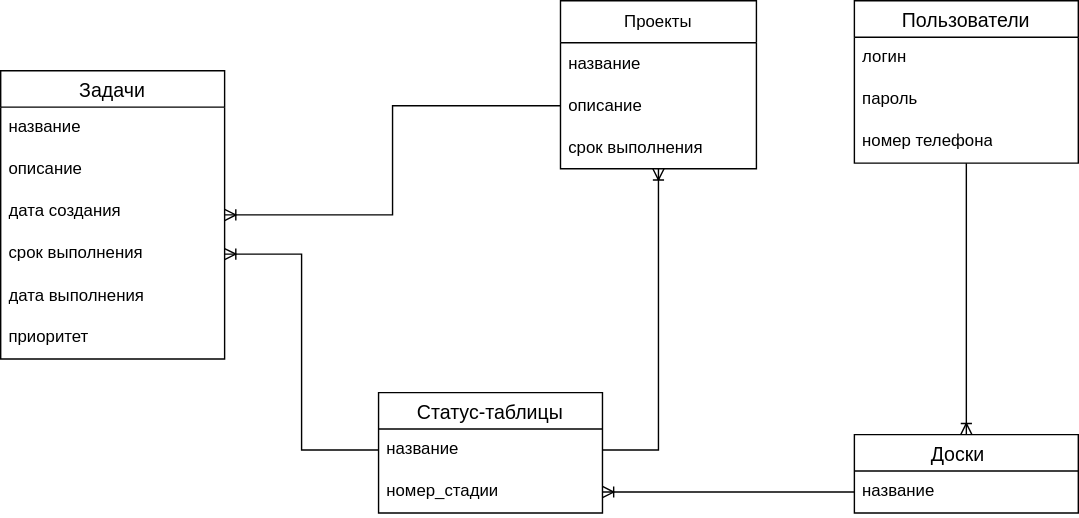
This is documentation/dataSchemas/ConceptualSchema.svg from Leerv474/PeachNote, a draw.io export, as it was before one commit. Source tidied: cells renumbered, new cells last; positions are measured from the earlier drawing's top-left corner, leaving out a move shared by most shapes. Its diagram source:
```xml
<mxGraphModel background="#ffffff">
  <root>
    <mxCell id="0" />
    <mxCell id="1" parent="0" />
    <mxCell id="2" value="Задачи" style="swimlane;fontStyle=0;horizontal=1;startSize=26;align=center;fontSize=14;" parent="1" vertex="1">
      <mxGeometry y="50" width="160" height="206" as="geometry" />
    </mxCell>
    <mxCell id="3" value="название&lt;span style=&quot;white-space: pre;&quot;&gt;&#9;&lt;/span&gt;" style="text;strokeColor=none;fillColor=none;spacingLeft=4;spacingRight=4;overflow=hidden;fontSize=12;whiteSpace=wrap;html=1;" parent="2" vertex="1">
      <mxGeometry y="26" width="160" height="30" as="geometry" />
    </mxCell>
    <mxCell id="4" value="описание&lt;span style=&quot;white-space: pre;&quot;&gt;&#9;&lt;/span&gt;" style="text;strokeColor=none;fillColor=none;spacingLeft=4;spacingRight=4;overflow=hidden;fontSize=12;whiteSpace=wrap;html=1;" parent="2" vertex="1">
      <mxGeometry y="56" width="160" height="30" as="geometry" />
    </mxCell>
    <mxCell id="5" value="дата создания" style="text;strokeColor=none;fillColor=none;spacingLeft=4;spacingRight=4;overflow=hidden;fontSize=12;whiteSpace=wrap;html=1;" parent="2" vertex="1">
      <mxGeometry y="86" width="160" height="30" as="geometry" />
    </mxCell>
    <mxCell id="6" value="срок выполнения" style="text;strokeColor=none;fillColor=none;spacingLeft=4;spacingRight=4;overflow=hidden;points=[[0,0.5],[1,0.5]];portConstraint=eastwest;fontSize=12;whiteSpace=wrap;html=1;" parent="2" vertex="1">
      <mxGeometry y="116" width="160" height="30" as="geometry" />
    </mxCell>
    <mxCell id="7" value="дата выполнения" style="text;strokeColor=none;fillColor=none;align=left;verticalAlign=middle;spacingLeft=4;spacingRight=4;overflow=hidden;whiteSpace=wrap;html=1;" parent="2" vertex="1">
      <mxGeometry y="146" width="160" height="30" as="geometry" />
    </mxCell>
    <mxCell id="8" value="приоритет" style="text;strokeColor=none;fillColor=none;spacingLeft=4;spacingRight=4;overflow=hidden;fontSize=12;whiteSpace=wrap;html=1;" parent="2" vertex="1">
      <mxGeometry y="176" width="160" height="30" as="geometry" />
    </mxCell>
    <mxCell id="9" value="Проекты" style="swimlane;fontStyle=0;horizontal=1;startSize=30;whiteSpace=wrap;html=1;" parent="1" vertex="1">
      <mxGeometry x="400" width="140" height="120" as="geometry" />
    </mxCell>
    <mxCell id="10" value="название" style="text;strokeColor=none;fillColor=none;align=left;verticalAlign=middle;spacingLeft=4;spacingRight=4;overflow=hidden;whiteSpace=wrap;html=1;" parent="9" vertex="1">
      <mxGeometry y="30" width="140" height="30" as="geometry" />
    </mxCell>
    <mxCell id="11" value="описание" style="text;strokeColor=none;fillColor=none;align=left;verticalAlign=middle;spacingLeft=4;spacingRight=4;overflow=hidden;points=[[0,0.5],[1,0.5]];portConstraint=eastwest;whiteSpace=wrap;html=1;" parent="9" vertex="1">
      <mxGeometry y="60" width="140" height="30" as="geometry" />
    </mxCell>
    <mxCell id="12" value="срок выполнения" style="text;strokeColor=none;fillColor=none;align=left;verticalAlign=middle;spacingLeft=4;spacingRight=4;overflow=hidden;whiteSpace=wrap;html=1;" parent="9" vertex="1">
      <mxGeometry y="90" width="140" height="30" as="geometry" />
    </mxCell>
    <mxCell id="13" value="Статус-таблицы" style="swimlane;fontStyle=0;horizontal=1;startSize=26;align=center;fontSize=14;" parent="1" vertex="1">
      <mxGeometry x="270" y="280" width="160" height="86" as="geometry" />
    </mxCell>
    <mxCell id="14" value="название" style="text;strokeColor=none;fillColor=none;spacingLeft=4;spacingRight=4;overflow=hidden;points=[[0,0.5],[1,0.5]];portConstraint=eastwest;fontSize=12;whiteSpace=wrap;html=1;" parent="13" vertex="1">
      <mxGeometry y="26" width="160" height="30" as="geometry" />
    </mxCell>
    <mxCell id="15" value="номер_стадии" style="text;strokeColor=none;fillColor=none;spacingLeft=4;spacingRight=4;overflow=hidden;points=[[0,0.5],[1,0.5]];portConstraint=eastwest;fontSize=12;whiteSpace=wrap;html=1;" parent="13" vertex="1">
      <mxGeometry y="56" width="160" height="30" as="geometry" />
    </mxCell>
    <mxCell id="16" value="Доски   " style="swimlane;fontStyle=0;horizontal=1;startSize=26;align=center;fontSize=14;" parent="1" vertex="1">
      <mxGeometry x="610" y="310" width="160" height="56" as="geometry" />
    </mxCell>
    <mxCell id="17" value="название " style="text;strokeColor=none;fillColor=none;spacingLeft=4;spacingRight=4;overflow=hidden;points=[[0,0.5],[1,0.5]];portConstraint=eastwest;fontSize=12;whiteSpace=wrap;html=1;" parent="16" vertex="1">
      <mxGeometry y="26" width="160" height="30" as="geometry" />
    </mxCell>
    <mxCell id="18" value="Пользователи" style="swimlane;fontStyle=0;horizontal=1;startSize=26;align=center;fontSize=14;" parent="1" vertex="1">
      <mxGeometry x="610" width="160" height="116" as="geometry" />
    </mxCell>
    <mxCell id="19" value="логин" style="text;strokeColor=none;fillColor=none;spacingLeft=4;spacingRight=4;overflow=hidden;fontSize=12;whiteSpace=wrap;html=1;" parent="18" vertex="1">
      <mxGeometry y="26" width="160" height="30" as="geometry" />
    </mxCell>
    <mxCell id="20" value="пароль" style="text;strokeColor=none;fillColor=none;spacingLeft=4;spacingRight=4;overflow=hidden;fontSize=12;whiteSpace=wrap;html=1;" parent="18" vertex="1">
      <mxGeometry y="56" width="160" height="30" as="geometry" />
    </mxCell>
    <mxCell id="21" value="номер телефона" style="text;strokeColor=none;fillColor=none;spacingLeft=4;spacingRight=4;overflow=hidden;fontSize=12;whiteSpace=wrap;html=1;" parent="18" vertex="1">
      <mxGeometry y="86" width="160" height="30" as="geometry" />
    </mxCell>
    <mxCell id="22" style="edgeStyle=orthogonalEdgeStyle;fontSize=12;html=1;endArrow=ERoneToMany;rounded=0;entryX=1;entryY=0.5;entryDx=0;entryDy=0;exitX=0;exitY=0.5;exitDx=0;exitDy=0;" parent="1" edge="1" source="11" target="2">
      <mxGeometry relative="1" as="geometry" />
    </mxCell>
    <mxCell id="23" style="edgeStyle=orthogonalEdgeStyle;fontSize=12;html=1;endArrow=ERoneToMany;rounded=0;entryX=1;entryY=0.5;entryDx=0;entryDy=0;exitX=0;exitY=0.5;exitDx=0;exitDy=0;" parent="1" edge="1" source="14" target="6">
      <mxGeometry relative="1" as="geometry" />
    </mxCell>
    <mxCell id="24" style="edgeStyle=orthogonalEdgeStyle;fontSize=12;html=1;endArrow=ERoneToMany;rounded=0;entryX=0.5;entryY=1;entryDx=0;entryDy=0;exitX=1;exitY=0.5;exitDx=0;exitDy=0;" parent="1" edge="1" source="14" target="9">
      <mxGeometry relative="1" as="geometry" />
    </mxCell>
    <mxCell id="25" style="edgeStyle=entityRelationEdgeStyle;fontSize=12;html=1;endArrow=ERoneToMany;rounded=0;exitX=0;exitY=0.5;exitDx=0;exitDy=0;entryX=1;entryY=0.5;entryDx=0;entryDy=0;" parent="1" edge="1" source="17" target="15">
      <mxGeometry relative="1" as="geometry" />
    </mxCell>
    <mxCell id="26" style="fontSize=12;html=1;endArrow=ERoneToMany;rounded=0;exitX=0.5;exitY=1;exitDx=0;exitDy=0;entryX=0.5;entryY=0;entryDx=0;entryDy=0;startArrow=none;startFill=0;" parent="1" edge="1" source="18" target="16">
      <mxGeometry relative="1" as="geometry" />
    </mxCell>
  </root>
</mxGraphModel>
```
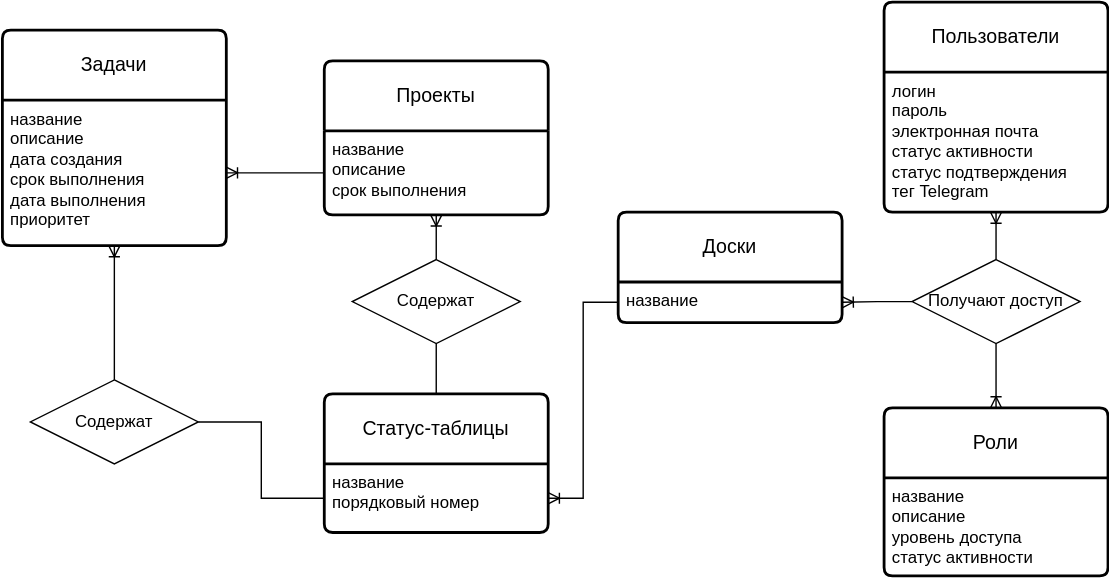
The same diagram one commit later.

The edit, as a diff of the source:
```diff
@@ -2,80 +2,77 @@
   <root>
     <mxCell id="0" />
     <mxCell id="1" parent="0" />
+    <mxCell id="22" style="edgeStyle=orthogonalEdgeStyle;fontSize=12;html=1;endArrow=ERoneToMany;rounded=0;entryX=1;entryY=0.5;entryDx=0;entryDy=0;exitX=0;exitY=0.5;exitDx=0;exitDy=0;" parent="1" edge="1" source="29" target="28">
+      <mxGeometry relative="1" as="geometry" />
+    </mxCell>
+    <mxCell id="25" style="edgeStyle=orthogonalEdgeStyle;fontSize=12;html=1;endArrow=ERoneToMany;rounded=0;exitX=0;exitY=0.5;exitDx=0;exitDy=0;entryX=1;entryY=0.5;entryDx=0;entryDy=0;" parent="1" edge="1" source="31" target="30">
+      <mxGeometry relative="1" as="geometry" />
+    </mxCell>
+    <mxCell id="27" style="edgeStyle=orthogonalEdgeStyle;fontSize=12;html=1;endArrow=ERoneToMany;rounded=0;entryX=1;entryY=0.5;entryDx=0;entryDy=0;exitX=0;exitY=0.5;exitDx=0;exitDy=0;" parent="1" edge="1" source="39" target="31">
+      <mxGeometry relative="1" as="geometry" />
+    </mxCell>
-    <mxCell id="2" value="Задачи" style="swimlane;fontStyle=0;horizontal=1;startSize=26;align=center;fontSize=14;" parent="1" vertex="1">
-      <mxGeometry y="50" width="160" height="206" as="geometry" />
+    <mxCell id="2" value="Задачи" style="swimlane;horizontal=1;startSize=50;rounded=1;fontSize=14;fontStyle=0;strokeWidth=2;shadow=0;dashed=0;align=center;arcSize=4;whiteSpace=wrap;html=1;" parent="1" vertex="1">
+      <mxGeometry x="-10" y="10" width="160" height="154" as="geometry" />
     </mxCell>
-    <mxCell id="3" value="название&lt;span style=&quot;white-space: pre;&quot;&gt;&#9;&lt;/span&gt;" style="text;strokeColor=none;fillColor=none;spacingLeft=4;spacingRight=4;overflow=hidden;fontSize=12;whiteSpace=wrap;html=1;" parent="2" vertex="1">
-      <mxGeometry y="26" width="160" height="30" as="geometry" />
-    </mxCell>
-    <mxCell id="4" value="описание&lt;span style=&quot;white-space: pre;&quot;&gt;&#9;&lt;/span&gt;" style="text;strokeColor=none;fillColor=none;spacingLeft=4;spacingRight=4;overflow=hidden;fontSize=12;whiteSpace=wrap;html=1;" parent="2" vertex="1">
-      <mxGeometry y="56" width="160" height="30" as="geometry" />
-    </mxCell>
-    <mxCell id="5" value="дата создания" style="text;strokeColor=none;fillColor=none;spacingLeft=4;spacingRight=4;overflow=hidden;fontSize=12;whiteSpace=wrap;html=1;" parent="2" vertex="1">
-      <mxGeometry y="86" width="160" height="30" as="geometry" />
-    </mxCell>
-    <mxCell id="6" value="срок выполнения" style="text;strokeColor=none;fillColor=none;spacingLeft=4;spacingRight=4;overflow=hidden;points=[[0,0.5],[1,0.5]];portConstraint=eastwest;fontSize=12;whiteSpace=wrap;html=1;" parent="2" vertex="1">
-      <mxGeometry y="116" width="160" height="30" as="geometry" />
-    </mxCell>
-    <mxCell id="7" value="дата выполнения" style="text;strokeColor=none;fillColor=none;align=left;verticalAlign=middle;spacingLeft=4;spacingRight=4;overflow=hidden;whiteSpace=wrap;html=1;" parent="2" vertex="1">
-      <mxGeometry y="146" width="160" height="30" as="geometry" />
-    </mxCell>
-    <mxCell id="8" value="приоритет" style="text;strokeColor=none;fillColor=none;spacingLeft=4;spacingRight=4;overflow=hidden;fontSize=12;whiteSpace=wrap;html=1;" parent="2" vertex="1">
-      <mxGeometry y="176" width="160" height="30" as="geometry" />
-    </mxCell>
+    <mxCell id="28" value="название&lt;div&gt;описание&lt;/div&gt;&lt;div&gt;дата создания&lt;/div&gt;&lt;div&gt;срок выполнения&lt;/div&gt;&lt;div&gt;дата выполнения&lt;/div&gt;&lt;div&gt;приоритет&lt;/div&gt;" style="align=left;strokeColor=none;fillColor=none;spacingLeft=4;fontSize=12;verticalAlign=top;html=1;" parent="2" vertex="1">
+      <mxGeometry y="50" width="160" height="104" as="geometry" />
+    </mxCell>
-    <mxCell id="9" value="Проекты" style="swimlane;fontStyle=0;horizontal=1;startSize=30;whiteSpace=wrap;html=1;" parent="1" vertex="1">
-      <mxGeometry x="400" width="140" height="120" as="geometry" />
+    <mxCell id="9" value="Проекты" style="swimlane;horizontal=1;startSize=50;rounded=1;fontSize=14;fontStyle=0;strokeWidth=2;shadow=0;dashed=0;align=center;arcSize=4;whiteSpace=wrap;html=1;" parent="1" vertex="1">
+      <mxGeometry x="220" y="32" width="160" height="110" as="geometry" />
     </mxCell>
-    <mxCell id="10" value="название" style="text;strokeColor=none;fillColor=none;align=left;verticalAlign=middle;spacingLeft=4;spacingRight=4;overflow=hidden;whiteSpace=wrap;html=1;" parent="9" vertex="1">
-      <mxGeometry y="30" width="140" height="30" as="geometry" />
-    </mxCell>
-    <mxCell id="11" value="описание" style="text;strokeColor=none;fillColor=none;align=left;verticalAlign=middle;spacingLeft=4;spacingRight=4;overflow=hidden;points=[[0,0.5],[1,0.5]];portConstraint=eastwest;whiteSpace=wrap;html=1;" parent="9" vertex="1">
-      <mxGeometry y="60" width="140" height="30" as="geometry" />
-    </mxCell>
-    <mxCell id="12" value="срок выполнения" style="text;strokeColor=none;fillColor=none;align=left;verticalAlign=middle;spacingLeft=4;spacingRight=4;overflow=hidden;whiteSpace=wrap;html=1;" parent="9" vertex="1">
-      <mxGeometry y="90" width="140" height="30" as="geometry" />
-    </mxCell>
+    <mxCell id="29" value="название&lt;div&gt;описание&lt;/div&gt;&lt;div&gt;срок выполнения&lt;/div&gt;" style="align=left;strokeColor=none;fillColor=none;spacingLeft=4;fontSize=12;verticalAlign=top;html=1;" parent="9" vertex="1">
+      <mxGeometry y="50" width="160" height="60" as="geometry" />
+    </mxCell>
-    <mxCell id="13" value="Статус-таблицы" style="swimlane;fontStyle=0;horizontal=1;startSize=26;align=center;fontSize=14;" parent="1" vertex="1">
-      <mxGeometry x="270" y="280" width="160" height="86" as="geometry" />
+    <mxCell id="13" value="Статус-таблицы" style="swimlane;horizontal=1;startSize=50;rounded=1;fontSize=14;fontStyle=0;strokeWidth=2;shadow=0;dashed=0;align=center;arcSize=4;whiteSpace=wrap;html=1;" parent="1" vertex="1">
+      <mxGeometry x="220" y="270" width="160" height="99" as="geometry" />
     </mxCell>
-    <mxCell id="14" value="название" style="text;strokeColor=none;fillColor=none;spacingLeft=4;spacingRight=4;overflow=hidden;points=[[0,0.5],[1,0.5]];portConstraint=eastwest;fontSize=12;whiteSpace=wrap;html=1;" parent="13" vertex="1">
-      <mxGeometry y="26" width="160" height="30" as="geometry" />
-    </mxCell>
-    <mxCell id="15" value="номер_стадии" style="text;strokeColor=none;fillColor=none;spacingLeft=4;spacingRight=4;overflow=hidden;points=[[0,0.5],[1,0.5]];portConstraint=eastwest;fontSize=12;whiteSpace=wrap;html=1;" parent="13" vertex="1">
-      <mxGeometry y="56" width="160" height="30" as="geometry" />
-    </mxCell>
+    <mxCell id="30" value="название&lt;div&gt;порядковый номер&lt;/div&gt;" style="align=left;strokeColor=none;fillColor=none;spacingLeft=4;fontSize=12;verticalAlign=top;html=1;" parent="13" vertex="1">
+      <mxGeometry y="50" width="160" height="49" as="geometry" />
+    </mxCell>
-    <mxCell id="16" value="Доски   " style="swimlane;fontStyle=0;horizontal=1;startSize=26;align=center;fontSize=14;" parent="1" vertex="1">
-      <mxGeometry x="610" y="310" width="160" height="56" as="geometry" />
+    <mxCell id="16" value="Доски" style="swimlane;horizontal=1;startSize=50;rounded=1;fontSize=14;fontStyle=0;strokeWidth=2;shadow=0;dashed=0;align=center;arcSize=4;whiteSpace=wrap;html=1;" parent="1" vertex="1">
+      <mxGeometry x="430" y="140" width="160" height="79" as="geometry" />
     </mxCell>
-    <mxCell id="17" value="название " style="text;strokeColor=none;fillColor=none;spacingLeft=4;spacingRight=4;overflow=hidden;points=[[0,0.5],[1,0.5]];portConstraint=eastwest;fontSize=12;whiteSpace=wrap;html=1;" parent="16" vertex="1">
-      <mxGeometry y="26" width="160" height="30" as="geometry" />
-    </mxCell>
+    <mxCell id="31" value="название" style="align=left;strokeColor=none;fillColor=none;spacingLeft=4;fontSize=12;verticalAlign=top;html=1;" parent="16" vertex="1">
+      <mxGeometry y="50" width="160" height="29" as="geometry" />
+    </mxCell>
+    <mxCell id="32" style="edgeStyle=orthogonalEdgeStyle;rounded=0;jettySize=auto;html=1;endArrow=none;endFill=0;" parent="1" edge="1" source="33" target="30">
+      <mxGeometry relative="1" as="geometry" />
+    </mxCell>
+    <mxCell id="33" value="Содержат" style="shape=rhombus;perimeter=rhombusPerimeter;whiteSpace=wrap;html=1;align=center;" parent="1" vertex="1">
+      <mxGeometry x="10" y="260" width="120" height="60" as="geometry" />
+    </mxCell>
+    <mxCell id="34" style="fontSize=12;html=1;endArrow=ERoneToMany;rounded=0;entryX=0.5;entryY=1;entryDx=0;entryDy=0;exitX=0.5;exitY=0;exitDx=0;exitDy=0;" parent="1" edge="1" source="33" target="28">
+      <mxGeometry relative="1" as="geometry" />
+    </mxCell>
+    <mxCell id="35" value="Содержат" style="shape=rhombus;perimeter=rhombusPerimeter;whiteSpace=wrap;html=1;align=center;" parent="1" vertex="1">
+      <mxGeometry x="240" y="174" width="120" height="60" as="geometry" />
+    </mxCell>
+    <mxCell id="36" style="fontSize=12;html=1;endArrow=ERoneToMany;rounded=0;entryX=0.5;entryY=1;entryDx=0;entryDy=0;exitX=0.5;exitY=0;exitDx=0;exitDy=0;" parent="1" edge="1" source="35" target="29">
+      <mxGeometry relative="1" as="geometry" />
+    </mxCell>
+    <mxCell id="37" style="edgeStyle=orthogonalEdgeStyle;rounded=0;jettySize=auto;html=1;endArrow=none;endFill=0;entryX=0.5;entryY=0;entryDx=0;entryDy=0;" parent="1" edge="1" source="35" target="13">
+      <mxGeometry relative="1" as="geometry" />
+    </mxCell>
+    <mxCell id="38" style="edgeStyle=orthogonalEdgeStyle;rounded=0;jettySize=auto;html=1;endArrow=ERoneToMany;endFill=0;" parent="1" edge="1" source="39" target="40">
+      <mxGeometry relative="1" as="geometry" />
+    </mxCell>
+    <mxCell id="39" value="Получают доступ" style="shape=rhombus;perimeter=rhombusPerimeter;whiteSpace=wrap;html=1;align=center;" parent="1" vertex="1">
+      <mxGeometry x="640" y="174" width="120" height="60" as="geometry" />
+    </mxCell>
-    <mxCell id="18" value="Пользователи" style="swimlane;fontStyle=0;horizontal=1;startSize=26;align=center;fontSize=14;" parent="1" vertex="1">
-      <mxGeometry x="610" width="160" height="116" as="geometry" />
+    <mxCell id="18" value="Пользователи" style="swimlane;horizontal=1;startSize=50;rounded=1;fontSize=14;fontStyle=0;strokeWidth=2;shadow=0;dashed=0;align=center;arcSize=4;whiteSpace=wrap;html=1;" parent="1" vertex="1">
+      <mxGeometry x="620" y="-10" width="160" height="150" as="geometry" />
     </mxCell>
-    <mxCell id="19" value="логин" style="text;strokeColor=none;fillColor=none;spacingLeft=4;spacingRight=4;overflow=hidden;fontSize=12;whiteSpace=wrap;html=1;" parent="18" vertex="1">
-      <mxGeometry y="26" width="160" height="30" as="geometry" />
-    </mxCell>
-    <mxCell id="20" value="пароль" style="text;strokeColor=none;fillColor=none;spacingLeft=4;spacingRight=4;overflow=hidden;fontSize=12;whiteSpace=wrap;html=1;" parent="18" vertex="1">
-      <mxGeometry y="56" width="160" height="30" as="geometry" />
-    </mxCell>
-    <mxCell id="21" value="номер телефона" style="text;strokeColor=none;fillColor=none;spacingLeft=4;spacingRight=4;overflow=hidden;fontSize=12;whiteSpace=wrap;html=1;" parent="18" vertex="1">
-      <mxGeometry y="86" width="160" height="30" as="geometry" />
-    </mxCell>
-    <mxCell id="22" style="edgeStyle=orthogonalEdgeStyle;fontSize=12;html=1;endArrow=ERoneToMany;rounded=0;entryX=1;entryY=0.5;entryDx=0;entryDy=0;exitX=0;exitY=0.5;exitDx=0;exitDy=0;" parent="1" edge="1" source="11" target="2">
-      <mxGeometry relative="1" as="geometry" />
-    </mxCell>
-    <mxCell id="23" style="edgeStyle=orthogonalEdgeStyle;fontSize=12;html=1;endArrow=ERoneToMany;rounded=0;entryX=1;entryY=0.5;entryDx=0;entryDy=0;exitX=0;exitY=0.5;exitDx=0;exitDy=0;" parent="1" edge="1" source="14" target="6">
-      <mxGeometry relative="1" as="geometry" />
-    </mxCell>
-    <mxCell id="24" style="edgeStyle=orthogonalEdgeStyle;fontSize=12;html=1;endArrow=ERoneToMany;rounded=0;entryX=0.5;entryY=1;entryDx=0;entryDy=0;exitX=1;exitY=0.5;exitDx=0;exitDy=0;" parent="1" edge="1" source="14" target="9">
-      <mxGeometry relative="1" as="geometry" />
-    </mxCell>
-    <mxCell id="25" style="edgeStyle=entityRelationEdgeStyle;fontSize=12;html=1;endArrow=ERoneToMany;rounded=0;exitX=0;exitY=0.5;exitDx=0;exitDy=0;entryX=1;entryY=0.5;entryDx=0;entryDy=0;" parent="1" edge="1" source="17" target="15">
-      <mxGeometry relative="1" as="geometry" />
-    </mxCell>
-    <mxCell id="26" style="fontSize=12;html=1;endArrow=ERoneToMany;rounded=0;exitX=0.5;exitY=1;exitDx=0;exitDy=0;entryX=0.5;entryY=0;entryDx=0;entryDy=0;startArrow=none;startFill=0;" parent="1" edge="1" source="18" target="16">
-      <mxGeometry relative="1" as="geometry" />
-    </mxCell>
+    <mxCell id="40" value="логин&lt;div&gt;пароль&lt;/div&gt;&lt;div&gt;электронная почта&lt;/div&gt;&lt;div&gt;статус активности&lt;/div&gt;&lt;div&gt;статус подтверждения&lt;/div&gt;&lt;div&gt;тег Telegram&lt;/div&gt;" style="align=left;strokeColor=none;fillColor=none;spacingLeft=4;fontSize=12;verticalAlign=top;html=1;" parent="18" vertex="1">
+      <mxGeometry y="50" width="160" height="100" as="geometry" />
+    </mxCell>
+    <mxCell id="41" value="Роли" style="swimlane;horizontal=1;startSize=50;rounded=1;fontSize=14;fontStyle=0;strokeWidth=2;shadow=0;dashed=0;align=center;arcSize=4;whiteSpace=wrap;html=1;" parent="1" vertex="1">
+      <mxGeometry x="620" y="280" width="160" height="120" as="geometry" />
+    </mxCell>
+    <mxCell id="42" value="название&lt;div&gt;описание&lt;/div&gt;&lt;div&gt;уровень доступа&lt;/div&gt;&lt;div&gt;статус активности&lt;/div&gt;" style="align=left;strokeColor=none;fillColor=none;spacingLeft=4;fontSize=12;verticalAlign=top;html=1;" parent="41" vertex="1">
+      <mxGeometry y="50" width="160" height="70" as="geometry" />
+    </mxCell>
+    <mxCell id="43" style="edgeStyle=orthogonalEdgeStyle;rounded=0;jettySize=auto;html=1;endArrow=ERoneToMany;endFill=0;exitX=0.5;exitY=1;exitDx=0;exitDy=0;entryX=0.5;entryY=0;entryDx=0;entryDy=0;" parent="1" edge="1" source="39" target="41">
+      <mxGeometry relative="1" as="geometry" />
+    </mxCell>
   </root>
 </mxGraphModel>
```
